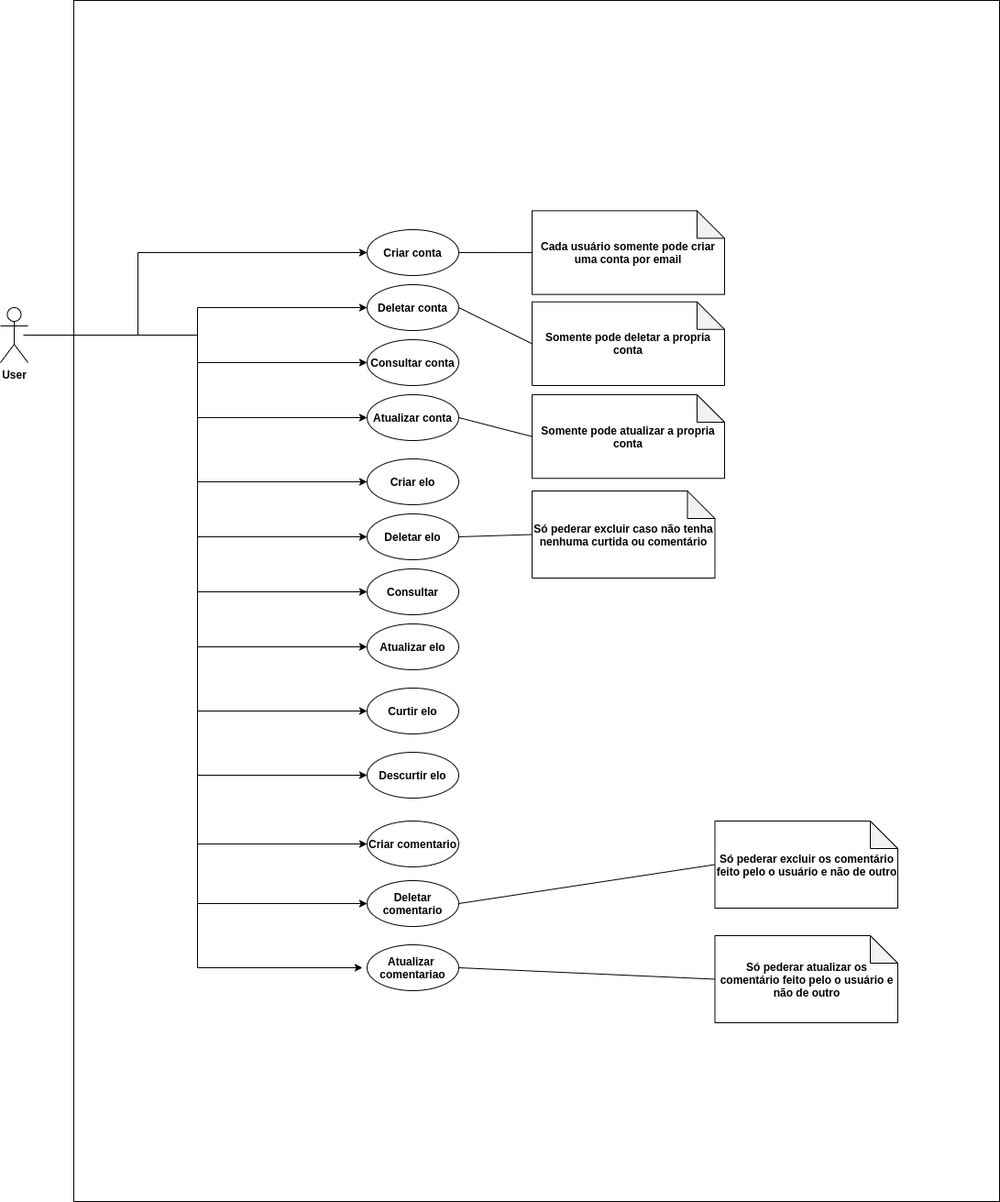
This is images/usecases.png from jadson179/recobook, a draw.io export, as it was before one commit. Source tidied: cells renumbered, new cells last; positions are measured from the earlier drawing's top-left corner, leaving out a move shared by most shapes.
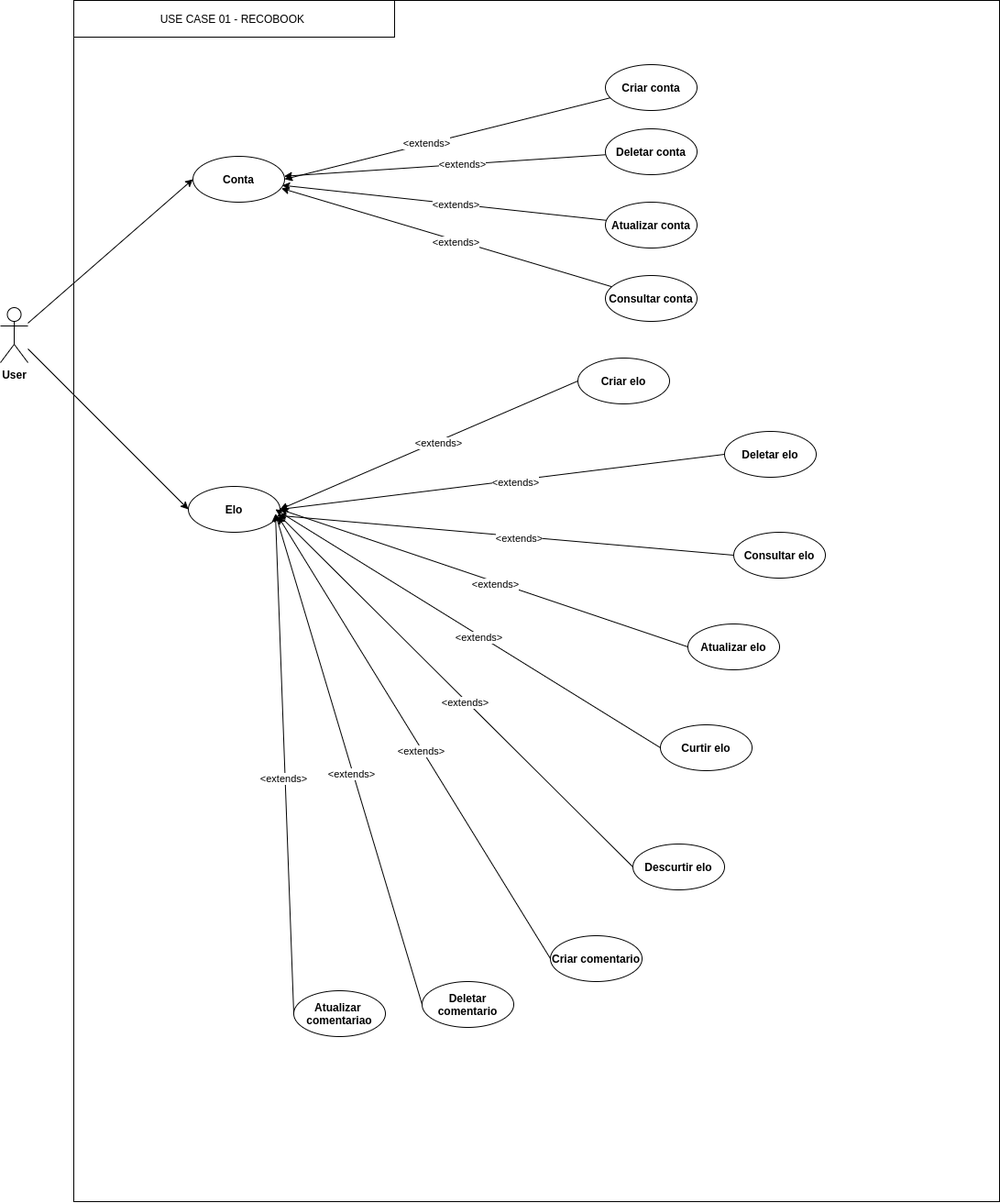
The same diagram one commit later.

Commit message:
docs: Atualizado diagrama de caso de uso

What changed in the source:
```diff
@@ -5,134 +5,146 @@
     <mxCell id="2" style="rounded=0;whiteSpace=wrap;html=1;" parent="1" vertex="1">
       <mxGeometry x="80" width="1010" height="1310" as="geometry" />
     </mxCell>
-    <mxCell id="3" style="edgeStyle=orthogonalEdgeStyle;rounded=0;jettySize=auto;html=1;entryX=0;entryY=0.5;entryDx=0;entryDy=0;" parent="1" edge="1" source="16" target="17">
-      <mxGeometry relative="1" as="geometry">
-        <Array as="points">
-          <mxPoint x="150" y="365" />
-          <mxPoint x="150" y="275" />
-        </Array>
-      </mxGeometry>
-    </mxCell>
-    <mxCell id="4" style="edgeStyle=orthogonalEdgeStyle;rounded=0;jettySize=auto;html=1;entryX=0;entryY=0.5;entryDx=0;entryDy=0;" parent="1" edge="1" source="16" target="18">
-      <mxGeometry relative="1" as="geometry" />
-    </mxCell>
-    <mxCell id="5" style="edgeStyle=orthogonalEdgeStyle;rounded=0;jettySize=auto;html=1;" parent="1" edge="1" source="16" target="19">
-      <mxGeometry relative="1" as="geometry" />
-    </mxCell>
-    <mxCell id="6" style="edgeStyle=orthogonalEdgeStyle;rounded=0;jettySize=auto;html=1;entryX=0;entryY=0.5;entryDx=0;entryDy=0;" parent="1" edge="1" source="16" target="20">
-      <mxGeometry relative="1" as="geometry" />
-    </mxCell>
-    <mxCell id="7" style="edgeStyle=orthogonalEdgeStyle;rounded=0;jettySize=auto;html=1;entryX=0;entryY=0.5;entryDx=0;entryDy=0;" parent="1" edge="1" source="16" target="21">
-      <mxGeometry relative="1" as="geometry" />
-    </mxCell>
-    <mxCell id="8" style="edgeStyle=orthogonalEdgeStyle;rounded=0;jettySize=auto;html=1;entryX=0;entryY=0.5;entryDx=0;entryDy=0;" parent="1" edge="1" source="16" target="22">
-      <mxGeometry relative="1" as="geometry" />
-    </mxCell>
-    <mxCell id="9" style="edgeStyle=orthogonalEdgeStyle;rounded=0;jettySize=auto;html=1;entryX=0;entryY=0.5;entryDx=0;entryDy=0;" parent="1" edge="1" source="16" target="23">
-      <mxGeometry relative="1" as="geometry" />
-    </mxCell>
-    <mxCell id="10" style="edgeStyle=orthogonalEdgeStyle;rounded=0;jettySize=auto;html=1;entryX=0;entryY=0.5;entryDx=0;entryDy=0;" parent="1" edge="1" source="16" target="24">
-      <mxGeometry relative="1" as="geometry" />
-    </mxCell>
-    <mxCell id="11" style="edgeStyle=orthogonalEdgeStyle;rounded=0;jettySize=auto;html=1;entryX=0;entryY=0.5;entryDx=0;entryDy=0;" parent="1" edge="1" source="16" target="33">
-      <mxGeometry relative="1" as="geometry" />
-    </mxCell>
-    <mxCell id="12" style="edgeStyle=orthogonalEdgeStyle;rounded=0;jettySize=auto;html=1;entryX=0;entryY=0.5;entryDx=0;entryDy=0;" parent="1" edge="1" source="16" target="34">
-      <mxGeometry relative="1" as="geometry" />
-    </mxCell>
-    <mxCell id="13" style="edgeStyle=orthogonalEdgeStyle;rounded=0;jettySize=auto;html=1;entryX=0;entryY=0.5;entryDx=0;entryDy=0;" parent="1" edge="1" source="16" target="35">
-      <mxGeometry relative="1" as="geometry" />
-    </mxCell>
-    <mxCell id="14" style="edgeStyle=orthogonalEdgeStyle;rounded=0;jettySize=auto;html=1;entryX=0;entryY=0.5;entryDx=0;entryDy=0;" parent="1" edge="1" source="16" target="36">
-      <mxGeometry relative="1" as="geometry" />
-    </mxCell>
-    <mxCell id="15" style="edgeStyle=orthogonalEdgeStyle;rounded=0;orthogonalLoop=1;jettySize=auto;html=1;" parent="1" edge="1">
-      <mxGeometry relative="1" as="geometry">
-        <mxPoint x="25" y="365" as="sourcePoint" />
-        <mxPoint x="395" y="1055" as="targetPoint" />
-        <Array as="points">
-          <mxPoint x="215" y="365" />
-          <mxPoint x="215" y="1055" />
-        </Array>
-      </mxGeometry>
-    </mxCell>
+    <mxCell id="42" style="edgeStyle=none;jettySize=auto;html=1;entryX=0;entryY=0.5;entryDx=0;entryDy=0;" parent="1" edge="1" source="16" target="53">
+      <mxGeometry relative="1" as="geometry" />
+    </mxCell>
+    <mxCell id="43" style="edgeStyle=none;jettySize=auto;html=1;entryX=0;entryY=0.5;entryDx=0;entryDy=0;" parent="1" edge="1" source="16" target="54">
+      <mxGeometry relative="1" as="geometry" />
+    </mxCell>
     <mxCell id="16" value="&lt;b&gt;User&lt;/b&gt;" style="shape=umlActor;verticalLabelPosition=bottom;verticalAlign=top;html=1;outlineConnect=0;" parent="1" vertex="1">
       <mxGeometry y="335" width="30" height="60" as="geometry" />
     </mxCell>
+    <mxCell id="44" style="jettySize=auto;html=1;entryX=1;entryY=0.5;entryDx=0;entryDy=0;" parent="1" edge="1" source="17" target="53">
+      <mxGeometry relative="1" as="geometry" />
+    </mxCell>
+    <mxCell id="45" value="&amp;lt;extends&amp;gt;" style="edgeLabel;html=1;align=center;verticalAlign=middle;" parent="44" vertex="1">
+      <mxGeometry x="0.13" y="-1" relative="1" as="geometry" />
+    </mxCell>
     <mxCell id="17" value="&lt;b&gt;Criar conta&lt;/b&gt;" style="ellipse;whiteSpace=wrap;html=1;" parent="1" vertex="1">
-      <mxGeometry x="400" y="250" width="100" height="50" as="geometry" />
+      <mxGeometry x="660" y="70" width="100" height="50" as="geometry" />
     </mxCell>
+    <mxCell id="46" style="edgeStyle=none;jettySize=auto;html=1;" parent="1" edge="1" source="18" target="53">
+      <mxGeometry relative="1" as="geometry" />
+    </mxCell>
+    <mxCell id="47" value="&amp;lt;extends&amp;gt;" style="edgeLabel;html=1;align=center;verticalAlign=middle;" parent="46" vertex="1">
+      <mxGeometry x="-0.11" relative="1" as="geometry" />
+    </mxCell>
     <mxCell id="18" value="&lt;b&gt;Deletar&amp;nbsp;&lt;/b&gt;&lt;b&gt;conta&lt;/b&gt;" style="ellipse;whiteSpace=wrap;html=1;" parent="1" vertex="1">
-      <mxGeometry x="400" y="310" width="100" height="50" as="geometry" />
+      <mxGeometry x="660" y="140" width="100" height="50" as="geometry" />
     </mxCell>
+    <mxCell id="48" style="edgeStyle=none;jettySize=auto;html=1;entryX=0.965;entryY=0.698;entryDx=0;entryDy=0;entryPerimeter=0;" parent="1" edge="1" source="19" target="53">
+      <mxGeometry relative="1" as="geometry" />
+    </mxCell>
+    <mxCell id="49" value="&amp;lt;extends&amp;gt;" style="edgeLabel;html=1;align=center;verticalAlign=middle;" parent="48" vertex="1">
+      <mxGeometry x="-0.06" y="2" relative="1" as="geometry" />
+    </mxCell>
     <mxCell id="19" value="&lt;b&gt;Consultar&amp;nbsp;&lt;/b&gt;&lt;b&gt;conta&lt;/b&gt;" style="ellipse;whiteSpace=wrap;html=1;" parent="1" vertex="1">
-      <mxGeometry x="400" y="370" width="100" height="50" as="geometry" />
+      <mxGeometry x="660" y="300" width="100" height="50" as="geometry" />
     </mxCell>
+    <mxCell id="50" style="edgeStyle=none;jettySize=auto;html=1;entryX=0.973;entryY=0.632;entryDx=0;entryDy=0;entryPerimeter=0;" parent="1" edge="1" source="20" target="53">
+      <mxGeometry relative="1" as="geometry" />
+    </mxCell>
+    <mxCell id="51" value="&amp;lt;extends&amp;gt;" style="edgeLabel;html=1;align=center;verticalAlign=middle;" parent="50" vertex="1">
+      <mxGeometry x="-0.07" y="1" relative="1" as="geometry" />
+    </mxCell>
     <mxCell id="20" value="&lt;b&gt;Atualizar&amp;nbsp;&lt;/b&gt;&lt;b&gt;conta&lt;/b&gt;" style="ellipse;whiteSpace=wrap;html=1;" parent="1" vertex="1">
-      <mxGeometry x="400" y="430" width="100" height="50" as="geometry" />
+      <mxGeometry x="660" y="220" width="100" height="50" as="geometry" />
     </mxCell>
     <mxCell id="21" value="&lt;b&gt;Criar&amp;nbsp;&lt;/b&gt;&lt;b&gt;elo&lt;/b&gt;" style="ellipse;whiteSpace=wrap;html=1;" parent="1" vertex="1">
-      <mxGeometry x="400" y="500" width="100" height="50" as="geometry" />
+      <mxGeometry x="630" y="390" width="100" height="50" as="geometry" />
     </mxCell>
     <mxCell id="22" value="&lt;b&gt;Deletar&amp;nbsp;&lt;/b&gt;&lt;b&gt;elo&lt;/b&gt;" style="ellipse;whiteSpace=wrap;html=1;" parent="1" vertex="1">
-      <mxGeometry x="400" y="560" width="100" height="50" as="geometry" />
+      <mxGeometry x="790" y="470" width="100" height="50" as="geometry" />
     </mxCell>
-    <mxCell id="23" value="&lt;b&gt;Consultar&lt;/b&gt;" style="ellipse;whiteSpace=wrap;html=1;" parent="1" vertex="1">
-      <mxGeometry x="400" y="620" width="100" height="50" as="geometry" />
+    <mxCell id="23" value="&lt;b&gt;Consultar elo&lt;/b&gt;" style="ellipse;whiteSpace=wrap;html=1;" parent="1" vertex="1">
+      <mxGeometry x="800" y="580" width="100" height="50" as="geometry" />
     </mxCell>
     <mxCell id="24" value="&lt;b&gt;Atualizar&amp;nbsp;&lt;/b&gt;&lt;b&gt;elo&lt;/b&gt;" style="ellipse;whiteSpace=wrap;html=1;" parent="1" vertex="1">
-      <mxGeometry x="400" y="680" width="100" height="50" as="geometry" />
+      <mxGeometry x="750" y="680" width="100" height="50" as="geometry" />
     </mxCell>
-    <mxCell id="25" value="&lt;b&gt;Só pederar excluir caso não tenha nenhuma curtida ou comentário&lt;/b&gt;" style="shape=note;whiteSpace=wrap;html=1;backgroundOutline=1;darkOpacity=0.05;" parent="1" vertex="1">
-      <mxGeometry x="580" y="535" width="199.5" height="95" as="geometry" />
-    </mxCell>
-    <mxCell id="26" style="endArrow=none;html=1;exitX=1;exitY=0.5;exitDx=0;exitDy=0;entryX=0;entryY=0.5;entryDx=0;entryDy=0;entryPerimeter=0;" parent="1" edge="1" source="22" target="25">
-      <mxGeometry relative="1" as="geometry" />
-    </mxCell>
-    <mxCell id="27" value="&lt;b&gt;Cada usuário somente pode criar uma conta por email&lt;/b&gt;" style="shape=note;whiteSpace=wrap;html=1;backgroundOutline=1;darkOpacity=0.05;" parent="1" vertex="1">
-      <mxGeometry x="580" y="229.4" width="210" height="91.2" as="geometry" />
-    </mxCell>
-    <mxCell id="28" style="endArrow=none;html=1;entryX=1;entryY=0.5;entryDx=0;entryDy=0;exitX=0;exitY=0.5;exitDx=0;exitDy=0;exitPerimeter=0;" parent="1" edge="1" source="27" target="17">
-      <mxGeometry relative="1" as="geometry" />
-    </mxCell>
-    <mxCell id="29" value="&lt;b&gt;Somente pode deletar a propria conta&lt;/b&gt;" style="shape=note;whiteSpace=wrap;html=1;backgroundOutline=1;darkOpacity=0.05;" parent="1" vertex="1">
-      <mxGeometry x="580" y="328.8" width="210" height="91.2" as="geometry" />
-    </mxCell>
-    <mxCell id="30" style="endArrow=none;html=1;entryX=1;entryY=0.5;entryDx=0;entryDy=0;exitX=0;exitY=0.5;exitDx=0;exitDy=0;exitPerimeter=0;" parent="1" edge="1" source="29" target="18">
-      <mxGeometry relative="1" as="geometry" />
-    </mxCell>
-    <mxCell id="31" value="&lt;b&gt;Somente pode atualizar a propria conta&lt;/b&gt;" style="shape=note;whiteSpace=wrap;html=1;backgroundOutline=1;darkOpacity=0.05;" parent="1" vertex="1">
-      <mxGeometry x="580" y="430" width="210" height="91.2" as="geometry" />
-    </mxCell>
-    <mxCell id="32" style="endArrow=none;html=1;entryX=1;entryY=0.5;entryDx=0;entryDy=0;exitX=0;exitY=0.5;exitDx=0;exitDy=0;exitPerimeter=0;" parent="1" edge="1" source="31" target="20">
-      <mxGeometry relative="1" as="geometry" />
-    </mxCell>
     <mxCell id="33" value="&lt;b&gt;Curtir elo&lt;/b&gt;" style="ellipse;whiteSpace=wrap;html=1;" parent="1" vertex="1">
-      <mxGeometry x="400" y="750" width="100" height="50" as="geometry" />
+      <mxGeometry x="720" y="790" width="100" height="50" as="geometry" />
     </mxCell>
     <mxCell id="34" value="&lt;b&gt;Descurtir elo&lt;/b&gt;" style="ellipse;whiteSpace=wrap;html=1;" parent="1" vertex="1">
-      <mxGeometry x="400" y="820" width="100" height="50" as="geometry" />
+      <mxGeometry x="690" y="920" width="100" height="50" as="geometry" />
     </mxCell>
     <mxCell id="35" value="&lt;b&gt;Criar comentario&lt;/b&gt;" style="ellipse;whiteSpace=wrap;html=1;" parent="1" vertex="1">
-      <mxGeometry x="400" y="895" width="100" height="50" as="geometry" />
+      <mxGeometry x="600" y="1020" width="100" height="50" as="geometry" />
     </mxCell>
     <mxCell id="36" value="&lt;b&gt;Deletar comentario&lt;/b&gt;" style="ellipse;whiteSpace=wrap;html=1;" parent="1" vertex="1">
-      <mxGeometry x="400" y="960" width="100" height="50" as="geometry" />
+      <mxGeometry x="460" y="1070" width="100" height="50" as="geometry" />
     </mxCell>
     <mxCell id="37" value="&lt;b&gt;Atualizar&amp;nbsp; comentariao&lt;/b&gt;" style="ellipse;whiteSpace=wrap;html=1;" parent="1" vertex="1">
-      <mxGeometry x="400" y="1030" width="100" height="50" as="geometry" />
+      <mxGeometry x="320" y="1080" width="100" height="50" as="geometry" />
     </mxCell>
-    <mxCell id="38" value="&lt;b&gt;Só pederar excluir os comentário feito pelo o usuário e não de outro&lt;/b&gt;" style="shape=note;whiteSpace=wrap;html=1;backgroundOutline=1;darkOpacity=0.05;" parent="1" vertex="1">
-      <mxGeometry x="779.5" y="895" width="199.5" height="95" as="geometry" />
-    </mxCell>
-    <mxCell id="39" style="endArrow=none;html=1;exitX=1;exitY=0.5;exitDx=0;exitDy=0;entryX=0;entryY=0.5;entryDx=0;entryDy=0;entryPerimeter=0;" parent="1" edge="1" source="36" target="38">
-      <mxGeometry relative="1" as="geometry" />
-    </mxCell>
-    <mxCell id="40" value="&lt;b&gt;Só pederar atualizar os comentário feito pelo o usuário e não de outro&lt;/b&gt;" style="shape=note;whiteSpace=wrap;html=1;backgroundOutline=1;darkOpacity=0.05;" parent="1" vertex="1">
-      <mxGeometry x="779.5" y="1020" width="199.5" height="95" as="geometry" />
-    </mxCell>
-    <mxCell id="41" style="endArrow=none;html=1;exitX=1;exitY=0.5;exitDx=0;exitDy=0;entryX=0;entryY=0.5;entryDx=0;entryDy=0;entryPerimeter=0;" parent="1" edge="1" source="37" target="40">
-      <mxGeometry relative="1" as="geometry" />
-    </mxCell>
+    <mxCell id="52" value="USE CASE 01 - RECOBOOK&amp;nbsp;" style="rounded=0;whiteSpace=wrap;html=1;" parent="1" vertex="1">
+      <mxGeometry x="80" width="350" height="40" as="geometry" />
+    </mxCell>
+    <mxCell id="53" value="&lt;b&gt;Conta&lt;/b&gt;" style="ellipse;whiteSpace=wrap;html=1;" parent="1" vertex="1">
+      <mxGeometry x="210" y="170" width="100" height="50" as="geometry" />
+    </mxCell>
+    <mxCell id="54" value="&lt;b&gt;Elo&lt;/b&gt;" style="ellipse;whiteSpace=wrap;html=1;" parent="1" vertex="1">
+      <mxGeometry x="205" y="530" width="100" height="50" as="geometry" />
+    </mxCell>
+    <mxCell id="55" style="edgeStyle=none;jettySize=auto;html=1;entryX=1;entryY=0.5;entryDx=0;entryDy=0;exitX=0;exitY=0.5;exitDx=0;exitDy=0;" parent="1" edge="1" source="21" target="54">
+      <mxGeometry relative="1" as="geometry" />
+    </mxCell>
+    <mxCell id="56" value="&amp;lt;extends&amp;gt;" style="edgeLabel;html=1;align=center;verticalAlign=middle;" parent="55" vertex="1">
+      <mxGeometry x="-0.06" y="2" relative="1" as="geometry" />
+    </mxCell>
+    <mxCell id="57" style="edgeStyle=none;jettySize=auto;html=1;entryX=1;entryY=0.5;entryDx=0;entryDy=0;exitX=0;exitY=0.5;exitDx=0;exitDy=0;" parent="1" edge="1" source="22" target="54">
+      <mxGeometry relative="1" as="geometry" />
+    </mxCell>
+    <mxCell id="58" value="&amp;lt;extends&amp;gt;" style="edgeLabel;html=1;align=center;verticalAlign=middle;" parent="57" vertex="1">
+      <mxGeometry x="-0.06" y="2" relative="1" as="geometry" />
+    </mxCell>
+    <mxCell id="59" style="edgeStyle=none;jettySize=auto;html=1;entryX=0.979;entryY=0.634;entryDx=0;entryDy=0;exitX=0;exitY=0.5;exitDx=0;exitDy=0;entryPerimeter=0;" parent="1" edge="1" source="23" target="54">
+      <mxGeometry relative="1" as="geometry" />
+    </mxCell>
+    <mxCell id="60" value="&amp;lt;extends&amp;gt;" style="edgeLabel;html=1;align=center;verticalAlign=middle;" parent="59" vertex="1">
+      <mxGeometry x="-0.06" y="2" relative="1" as="geometry" />
+    </mxCell>
+    <mxCell id="61" style="edgeStyle=none;jettySize=auto;html=1;entryX=1;entryY=0.5;entryDx=0;entryDy=0;exitX=0;exitY=0.5;exitDx=0;exitDy=0;" parent="1" edge="1" source="24" target="54">
+      <mxGeometry relative="1" as="geometry" />
+    </mxCell>
+    <mxCell id="62" value="&amp;lt;extends&amp;gt;" style="edgeLabel;html=1;align=center;verticalAlign=middle;" parent="61" vertex="1">
+      <mxGeometry x="-0.06" y="2" relative="1" as="geometry" />
+    </mxCell>
+    <mxCell id="63" style="edgeStyle=none;jettySize=auto;html=1;exitX=0;exitY=0.5;exitDx=0;exitDy=0;" parent="1" edge="1" source="33">
+      <mxGeometry relative="1" as="geometry">
+        <mxPoint x="300" y="555" as="targetPoint" />
+      </mxGeometry>
+    </mxCell>
+    <mxCell id="64" value="&amp;lt;extends&amp;gt;" style="edgeLabel;html=1;align=center;verticalAlign=middle;" parent="63" vertex="1">
+      <mxGeometry x="-0.06" y="2" relative="1" as="geometry" />
+    </mxCell>
+    <mxCell id="65" style="edgeStyle=none;jettySize=auto;html=1;exitX=0;exitY=0.5;exitDx=0;exitDy=0;entryX=0.98;entryY=0.608;entryDx=0;entryDy=0;entryPerimeter=0;" parent="1" edge="1" source="34" target="54">
+      <mxGeometry relative="1" as="geometry" />
+    </mxCell>
+    <mxCell id="66" value="&amp;lt;extends&amp;gt;" style="edgeLabel;html=1;align=center;verticalAlign=middle;" parent="65" vertex="1">
+      <mxGeometry x="-0.06" y="2" relative="1" as="geometry" />
+    </mxCell>
+    <mxCell id="67" style="edgeStyle=none;jettySize=auto;html=1;exitX=0;exitY=0.5;exitDx=0;exitDy=0;entryX=0.98;entryY=0.656;entryDx=0;entryDy=0;entryPerimeter=0;" parent="1" edge="1" source="35" target="54">
+      <mxGeometry relative="1" as="geometry" />
+    </mxCell>
+    <mxCell id="68" value="&amp;lt;extends&amp;gt;" style="edgeLabel;html=1;align=center;verticalAlign=middle;" parent="67" vertex="1">
+      <mxGeometry x="-0.06" y="2" relative="1" as="geometry" />
+    </mxCell>
+    <mxCell id="69" style="edgeStyle=none;jettySize=auto;html=1;exitX=0;exitY=0.5;exitDx=0;exitDy=0;" parent="1" edge="1" source="36">
+      <mxGeometry relative="1" as="geometry">
+        <mxPoint x="300" y="560" as="targetPoint" />
+      </mxGeometry>
+    </mxCell>
+    <mxCell id="70" value="&amp;lt;extends&amp;gt;" style="edgeLabel;html=1;align=center;verticalAlign=middle;" parent="69" vertex="1">
+      <mxGeometry x="-0.06" y="2" relative="1" as="geometry" />
+    </mxCell>
+    <mxCell id="71" style="edgeStyle=none;jettySize=auto;html=1;exitX=0;exitY=0.5;exitDx=0;exitDy=0;" parent="1" edge="1" source="37">
+      <mxGeometry relative="1" as="geometry">
+        <mxPoint x="300" y="560" as="targetPoint" />
+      </mxGeometry>
+    </mxCell>
+    <mxCell id="72" value="&amp;lt;extends&amp;gt;" style="edgeLabel;html=1;align=center;verticalAlign=middle;" parent="71" vertex="1">
+      <mxGeometry x="-0.06" y="2" relative="1" as="geometry" />
+    </mxCell>
   </root>
 </mxGraphModel>
```
